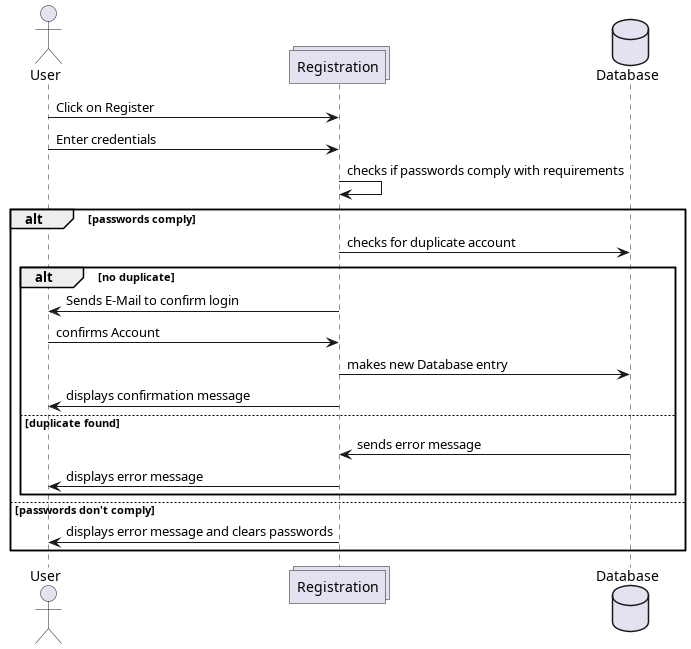
This is Diagramme/Sequenzdiagramme/registrationPage.png from dhbw-ka-tinf22b5-dinder/Dinder-SRS, a PlantUML export, as it was before one commit.
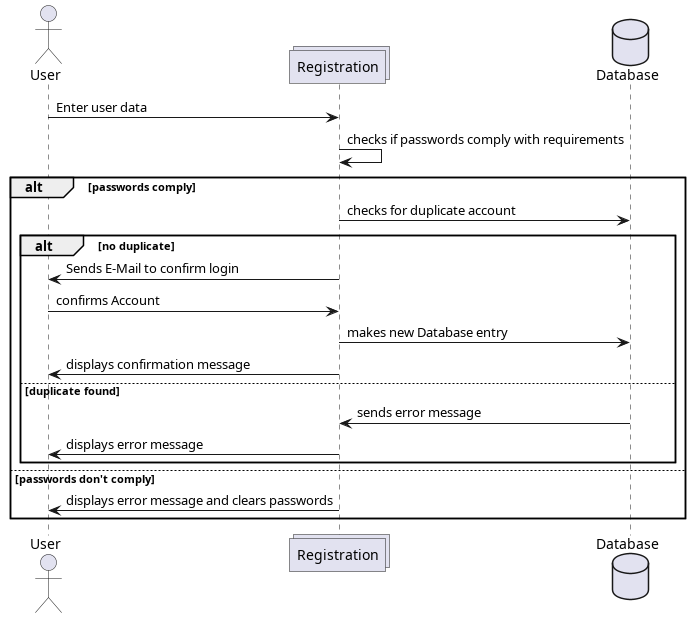
Later version of the same file.

Change to the diagram source:
```diff
@@ -3,8 +3,7 @@
 collections Registration
 database Database
 
-User -> Registration : Click on Register
-User -> Registration : Enter credentials
+User -> Registration : Enter user data
 Registration -> Registration : checks if passwords comply with requirements
 alt passwords comply
   Registration -> Database : checks for duplicate account
```
